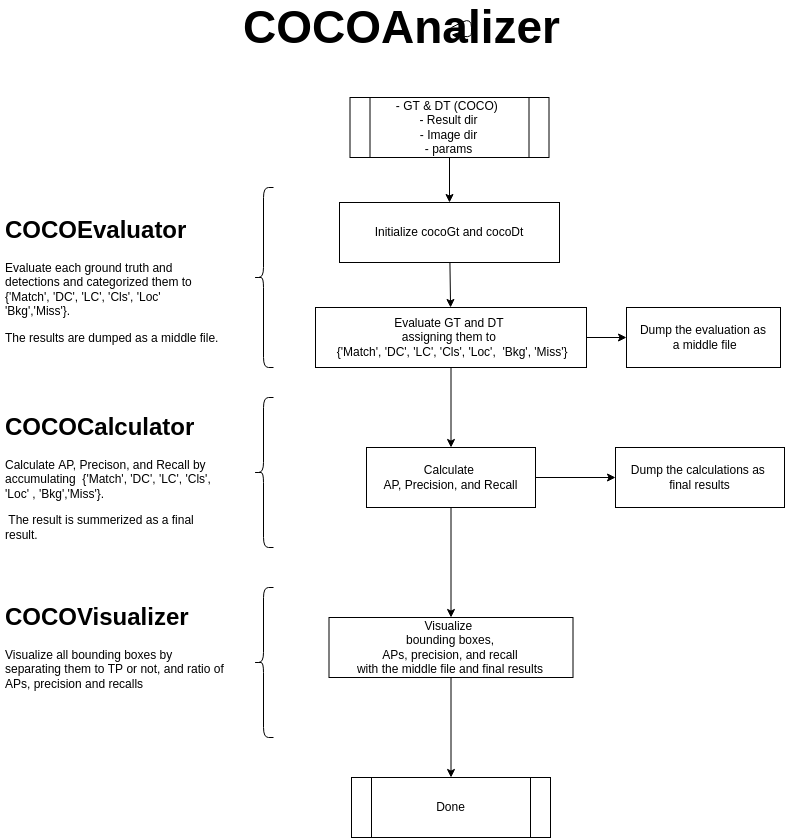
The draw.io diagram docs/figures/use_flow.drawio.png in RyotaYoneyama/analytical_map, before a commit. Source tidied: cells renumbered, new cells last; positions are measured from the earlier drawing's top-left corner, leaving out a move shared by most shapes.
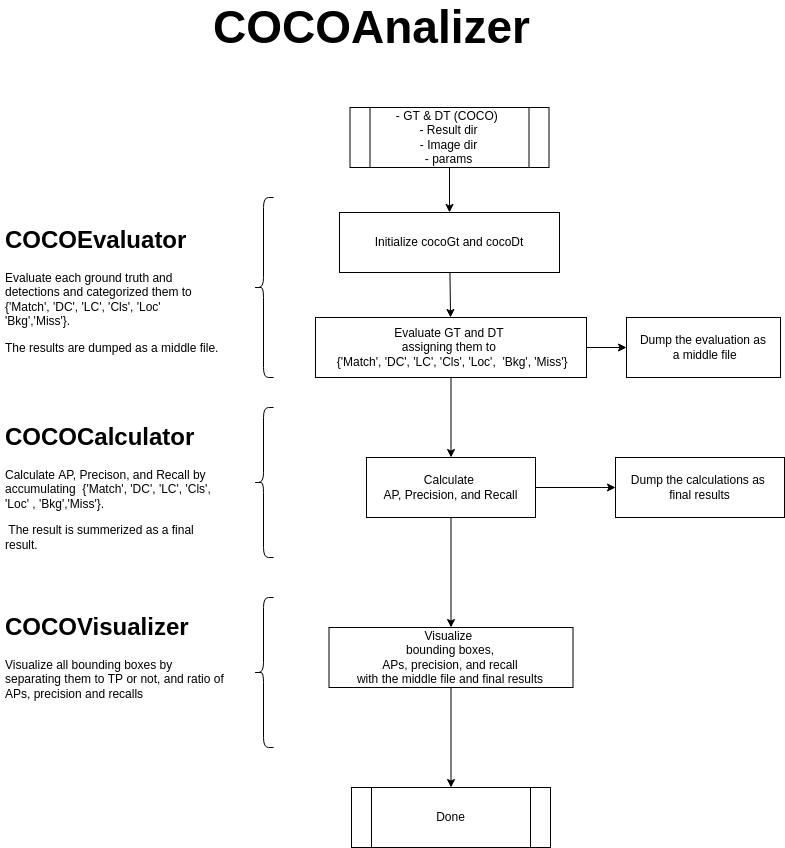
After the commit.

Commit message:
Modifie use flow chart

Change to the diagram source:
```diff
@@ -63,13 +63,10 @@
       <mxGeometry y="590" width="230" height="150" as="geometry" />
     </mxCell>
     <mxCell id="22" value="&lt;font style=&quot;font-size: 46px&quot;&gt;COCOAnalizer&lt;/font&gt;" style="text;strokeColor=none;fillColor=none;html=1;fontSize=24;fontStyle=1;verticalAlign=middle;align=center;" parent="1" vertex="1">
-      <mxGeometry x="351" width="100" height="40" as="geometry" />
+      <mxGeometry x="183" y="-10" width="376" height="40" as="geometry" />
     </mxCell>
     <mxCell id="23" style="shape=curlyBracket;whiteSpace=wrap;html=1;rounded=1;" parent="1" vertex="1">
       <mxGeometry x="253" y="580" width="20" height="150" as="geometry" />
     </mxCell>
-    <mxCell id="24" style="edgeStyle=none;html=1;exitX=1;exitY=0.5;exitDx=0;exitDy=0;fontSize=46;" parent="1" edge="1" source="22" target="22">
-      <mxGeometry relative="1" as="geometry" />
-    </mxCell>
   </root>
 </mxGraphModel>
```
